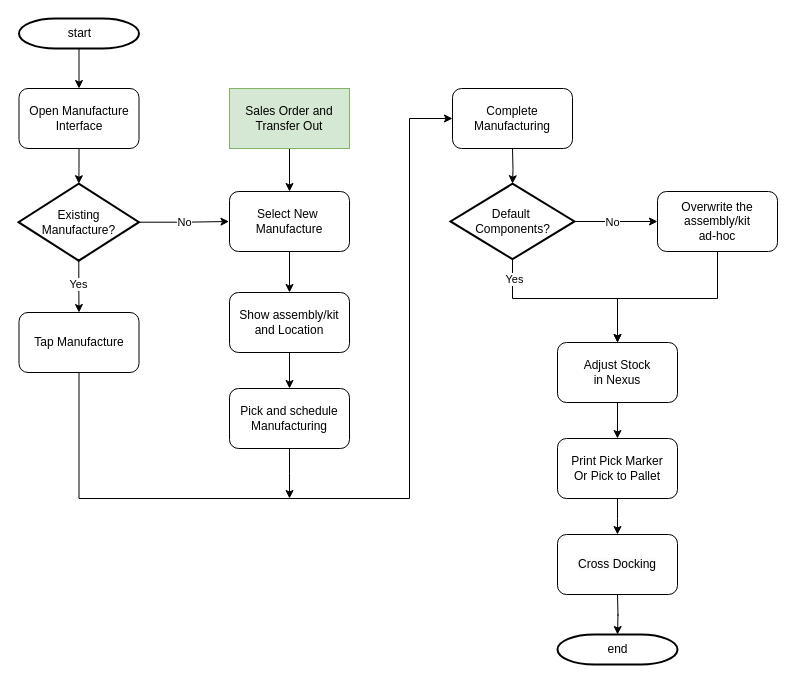
ZTomChen/NavigatorFlowcharts keeps this draw.io diagram as ManufactureProcess.drawio. Above is the earlier version. Source tidied: cells renumbered, new cells numbered last; positions are measured from the earlier drawing's top-left corner, leaving out a move shared by most shapes. Both pictures are drawn from the tidied source at 100%, with x=0, y=0 at pixel (18, 18).
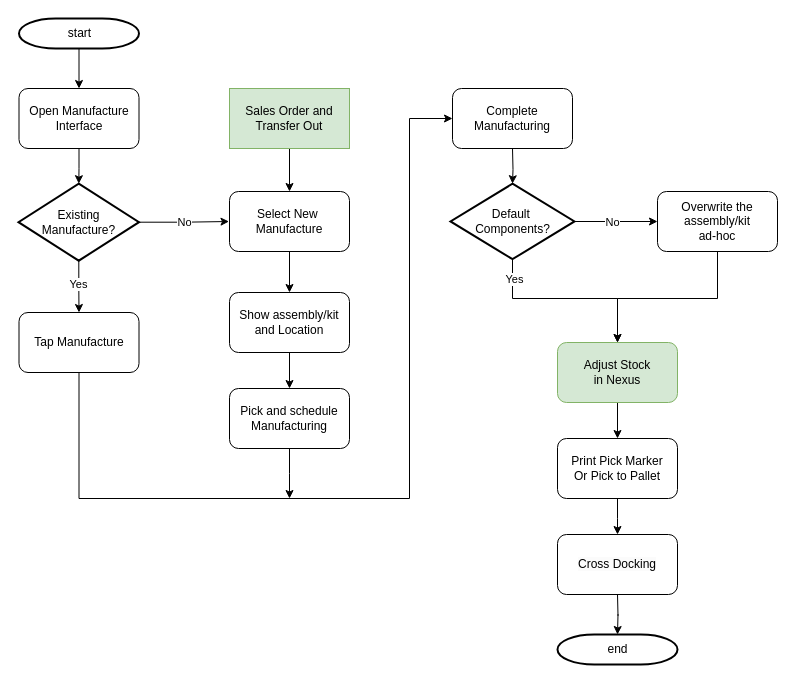
Above is the later version.

Diff of the diagram source:
```diff
@@
-    <mxCell id="36" value="Adjust Stock&lt;div&gt;in Nexus&lt;/div&gt;" style="rounded=1;whiteSpace=wrap;html=1;" parent="1" vertex="1">
+    <mxCell id="36" value="Adjust Stock&lt;div&gt;in Nexus&lt;/div&gt;" style="rounded=1;whiteSpace=wrap;html=1;fillColor=#d5e8d4;strokeColor=#82b366;" parent="1" vertex="1">
       <mxGeometry x="539" y="324" width="120" height="60" as="geometry" />
     </mxCell>
```
